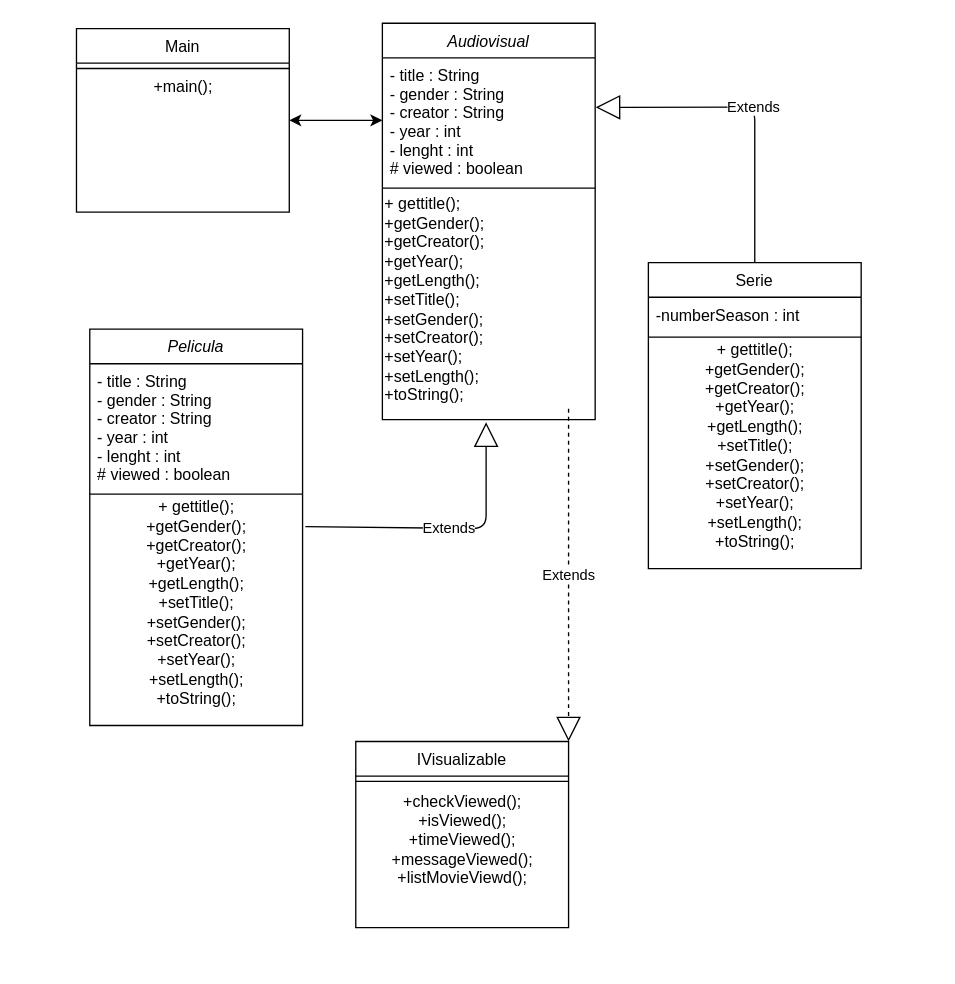
Above: netflixDiagram.drawio in alfabcd7/MovieScript (draw.io), before the change. Source tidied: cells renumbered, new cells numbered last; positions are measured from the earlier drawing's top-left corner, leaving out a move shared by most shapes. Both pictures are drawn from the tidied source at 133%, with x=0, y=0 at pixel (76, 23).
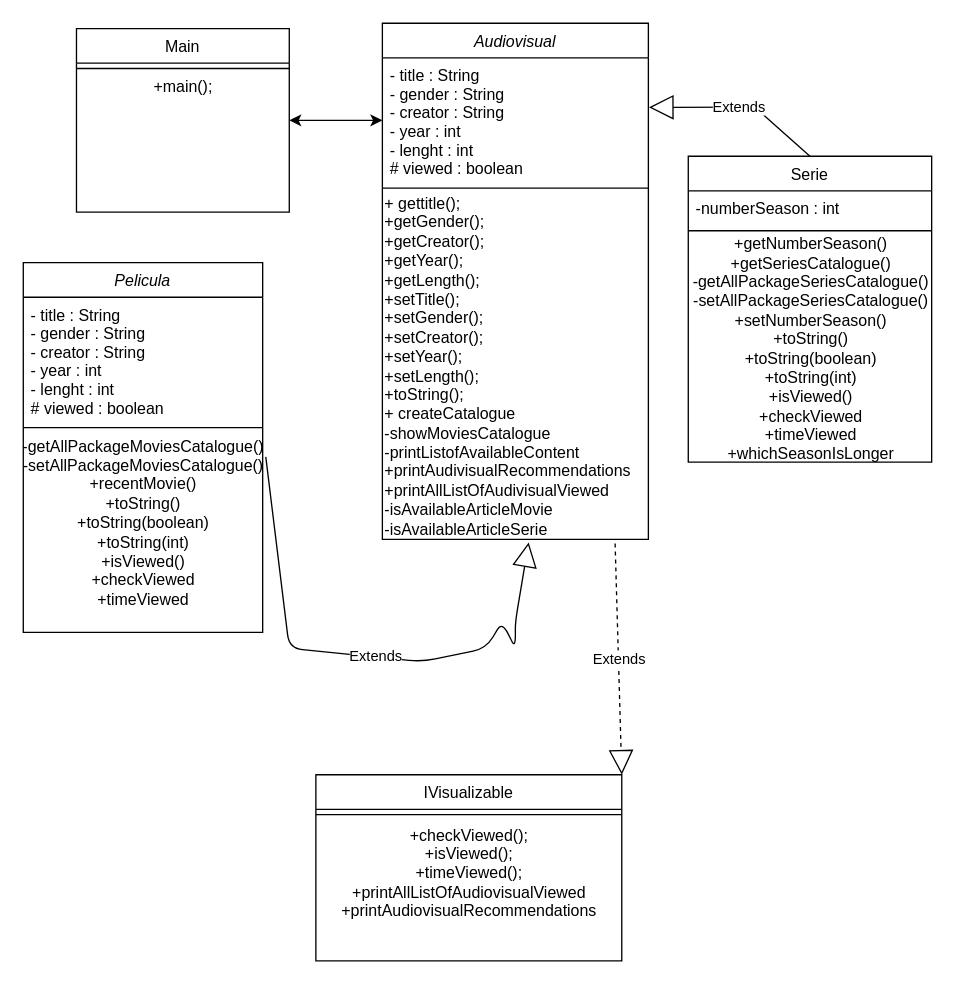
After the change.

The edit, as a diff of the source:
```diff
@@
     <mxCell id="2" value="Pelicula" style="swimlane;fontStyle=2;align=center;verticalAlign=top;horizontal=1;startSize=26;rounded=0;shadow=0;strokeWidth=1;" parent="1" vertex="1">
-      <mxGeometry x="10" y="230" width="160" height="298" as="geometry" />
+      <mxGeometry x="-40" y="180" width="180" height="278" as="geometry" />
     </mxCell>
     <mxCell id="3" value="- title : String&#10;- gender : String&#10;- creator : String&#10;- year : int&#10;- lenght : int&#10;# viewed : boolean &#10;" style="text;align=left;verticalAlign=top;spacingLeft=4;spacingRight=4;overflow=hidden;" parent="2" vertex="1">
-      <mxGeometry y="26" width="160" height="94" as="geometry" />
+      <mxGeometry y="26" width="180" height="94" as="geometry" />
     </mxCell>
     <mxCell id="4" style="line;html=1;strokeWidth=1;align=left;verticalAlign=middle;spacingTop=-1;spacingLeft=3;spacingRight=3;labelPosition=right;" parent="2" vertex="1">
-      <mxGeometry y="120" width="160" height="8" as="geometry" />
+      <mxGeometry y="120" width="180" height="8" as="geometry" />
     </mxCell>
-    <mxCell id="5" value="+ gettitle();&lt;br&gt;+getGender();&lt;br&gt;+getCreator();&lt;br&gt;+getYear();&lt;br&gt;+getLength();&lt;br&gt;+setTitle();&lt;br&gt;+setGender();&lt;br&gt;+setCreator();&lt;br&gt;+setYear();&lt;br&gt;+setLength();&lt;br&gt;+toString();&lt;br&gt;&lt;br&gt;" style="text;html=1;align=center;verticalAlign=middle;points=[];" parent="2" vertex="1">
-      <mxGeometry y="128" width="160" height="170" as="geometry" />
+    <mxCell id="5" value="-getAllPackageMoviesCatalogue()&lt;br&gt;-setAllPackageMoviesCatalogue()&lt;br&gt;+recentMovie()&lt;br&gt;+toString()&lt;br&gt;+toString(boolean)&lt;br&gt;+toString(int)&lt;br&gt;+isViewed()&lt;br&gt;+checkViewed&lt;br&gt;+timeViewed&lt;br&gt;&lt;br&gt;" style="text;html=1;align=center;verticalAlign=middle;points=[];" parent="2" vertex="1">
+      <mxGeometry y="128" width="180" height="150" as="geometry" />
     </mxCell>
@@
     <mxCell id="10" value="Serie" style="swimlane;fontStyle=0;align=center;verticalAlign=top;horizontal=1;startSize=26;rounded=0;shadow=0;strokeWidth=1;" parent="1" vertex="1">
-      <mxGeometry x="430" y="180" width="160" height="230" as="geometry" />
+      <mxGeometry x="460" y="100" width="183" height="230" as="geometry" />
     </mxCell>
     <mxCell id="11" value="-numberSeason : int" style="text;align=left;verticalAlign=top;spacingLeft=4;spacingRight=4;overflow=hidden;" parent="10" vertex="1">
-      <mxGeometry y="26" width="160" height="26" as="geometry" />
+      <mxGeometry y="26" width="183" height="26" as="geometry" />
     </mxCell>
     <mxCell id="12" style="line;html=1;strokeWidth=1;align=left;verticalAlign=middle;spacingTop=-1;spacingLeft=3;spacingRight=3;labelPosition=right;" parent="10" vertex="1">
-      <mxGeometry y="52" width="160" height="8" as="geometry" />
+      <mxGeometry y="52" width="183" height="8" as="geometry" />
     </mxCell>
-    <mxCell id="13" value="+ gettitle();&lt;br&gt;+getGender();&lt;br&gt;+getCreator();&lt;br&gt;+getYear();&lt;br&gt;+getLength();&lt;br&gt;+setTitle();&lt;br&gt;+setGender();&lt;br&gt;+setCreator();&lt;br&gt;+setYear();&lt;br&gt;+setLength();&lt;br&gt;+toString();&lt;br&gt;&lt;br&gt;" style="text;html=1;align=center;verticalAlign=middle;" parent="10" vertex="1">
-      <mxGeometry y="60" width="160" height="170" as="geometry" />
+    <mxCell id="13" value="+getNumberSeason()&lt;br&gt;+getSeriesCatalogue()&lt;br&gt;-getAllPackageSeriesCatalogue()&lt;br&gt;-setAllPackageSeriesCatalogue()&lt;br&gt;+setNumberSeason()&lt;br&gt;+toString()&lt;br&gt;+toString(boolean)&lt;br&gt;+toString(int)&lt;br&gt;+isViewed()&lt;br&gt;+checkViewed&lt;br&gt;+timeViewed&lt;br&gt;+whichSeasonIsLonger" style="text;html=1;align=center;verticalAlign=middle;" parent="10" vertex="1">
+      <mxGeometry y="60" width="183" height="170" as="geometry" />
     </mxCell>
     <mxCell id="14" value="IVisualizable" style="swimlane;fontStyle=0;align=center;verticalAlign=top;horizontal=1;startSize=26;rounded=0;shadow=0;strokeWidth=1;" parent="1" vertex="1">
-      <mxGeometry x="210" y="540" width="160" height="140" as="geometry" />
+      <mxGeometry x="180" y="565" width="230" height="140" as="geometry" />
     </mxCell>
     <mxCell id="15" style="line;html=1;strokeWidth=1;align=left;verticalAlign=middle;spacingTop=-1;spacingLeft=3;spacingRight=3;labelPosition=right;" parent="14" vertex="1">
-      <mxGeometry y="26" width="160" height="8" as="geometry" />
+      <mxGeometry y="26" width="230" height="8" as="geometry" />
     </mxCell>
-    <mxCell id="16" value="+checkViewed();&lt;br&gt;+isViewed();&lt;br&gt;+timeViewed();&lt;br&gt;+messageViewed();&lt;br&gt;+listMovieViewd();" style="text;html=1;align=center;verticalAlign=middle;" parent="14" vertex="1">
-      <mxGeometry y="34" width="160" height="80" as="geometry" />
+    <mxCell id="16" value="+checkViewed();&lt;br&gt;+isViewed();&lt;br&gt;+timeViewed();&lt;br&gt;+printAllListOfAudiovisualViewed&lt;br&gt;+printAudiovisualRecommendations&lt;br&gt;" style="text;html=1;align=center;verticalAlign=middle;" parent="14" vertex="1">
+      <mxGeometry y="34" width="230" height="80" as="geometry" />
     </mxCell>
     <mxCell id="17" value="Audiovisual" style="swimlane;fontStyle=2;align=center;verticalAlign=top;horizontal=1;startSize=26;rounded=0;shadow=0;strokeWidth=1;" parent="1" vertex="1">
-      <mxGeometry x="230" width="160" height="298" as="geometry" />
+      <mxGeometry x="230" width="200" height="388" as="geometry" />
     </mxCell>
     <mxCell id="18" value="- title : String&#10;- gender : String&#10;- creator : String&#10;- year : int&#10;- lenght : int&#10;# viewed : boolean &#10;" style="text;align=left;verticalAlign=top;spacingLeft=4;spacingRight=4;overflow=hidden;points=[[0,0.5],[1,0.5]];portConstraint=eastwest;" parent="17" vertex="1">
-      <mxGeometry y="26" width="160" height="94" as="geometry" />
+      <mxGeometry y="26" width="200" height="94" as="geometry" />
     </mxCell>
     <mxCell id="19" style="line;html=1;strokeWidth=1;align=left;verticalAlign=middle;spacingTop=-1;spacingLeft=3;spacingRight=3;labelPosition=right;" parent="17" vertex="1">
-      <mxGeometry y="120" width="160" height="8" as="geometry" />
+      <mxGeometry y="120" width="200" height="8" as="geometry" />
     </mxCell>
-    <mxCell id="20" value="+ gettitle();&lt;br&gt;+getGender();&lt;br&gt;+getCreator();&lt;br&gt;+getYear();&lt;br&gt;+getLength();&lt;br&gt;+setTitle();&lt;br&gt;+setGender();&lt;br&gt;+setCreator();&lt;br&gt;+setYear();&lt;br&gt;+setLength();&lt;br&gt;+toString();&lt;br&gt;" style="text;html=1;align=left;verticalAlign=middle;points=[];" parent="17" vertex="1">
-      <mxGeometry y="128" width="160" height="160" as="geometry" />
+    <mxCell id="20" value="+ gettitle();&lt;br&gt;+getGender();&lt;br&gt;+getCreator();&lt;br&gt;+getYear();&lt;br&gt;+getLength();&lt;br&gt;+setTitle();&lt;br&gt;+setGender();&lt;br&gt;+setCreator();&lt;br&gt;+setYear();&lt;br&gt;+setLength();&lt;br&gt;+toString();&lt;br&gt;+ createCatalogue&lt;br&gt;-showMoviesCatalogue&lt;br&gt;-printListofAvailableContent&lt;br&gt;+printAudivisualRecommendations&lt;br&gt;+printAllListOfAudivisualViewed&lt;br&gt;-isAvailableArticleMovie&lt;br&gt;-isAvailableArticleSerie" style="text;html=1;align=left;verticalAlign=middle;points=[];" parent="17" vertex="1">
+      <mxGeometry y="128" width="200" height="260" as="geometry" />
     </mxCell>
@@
-    <mxCell id="23" value="Extends" style="endArrow=block;endSize=16;endFill=0;html=1;exitX=1.013;exitY=0.12;exitDx=0;exitDy=0;exitPerimeter=0;" parent="1" edge="1" source="5">
+    <mxCell id="23" value="Extends" style="endArrow=block;endSize=16;endFill=0;html=1;exitX=1.013;exitY=0.12;exitDx=0;exitDy=0;exitPerimeter=0;entryX=0.55;entryY=1.009;entryDx=0;entryDy=0;entryPerimeter=0;" parent="1" edge="1" source="5" target="20">
       <mxGeometry relative="1" as="geometry">
-        <mxPoint x="308" y="300" as="targetPoint" />
         <Array as="points">
-          <mxPoint x="308" y="380" />
+          <mxPoint x="160" y="470" />
+          <mxPoint x="260" y="480" />
+          <mxPoint x="308" y="470" />
+          <mxPoint x="320" y="450" />
+          <mxPoint x="330" y="470" />
+          <mxPoint x="330" y="450" />
         </Array>
       </mxGeometry>
     </mxCell>
```
